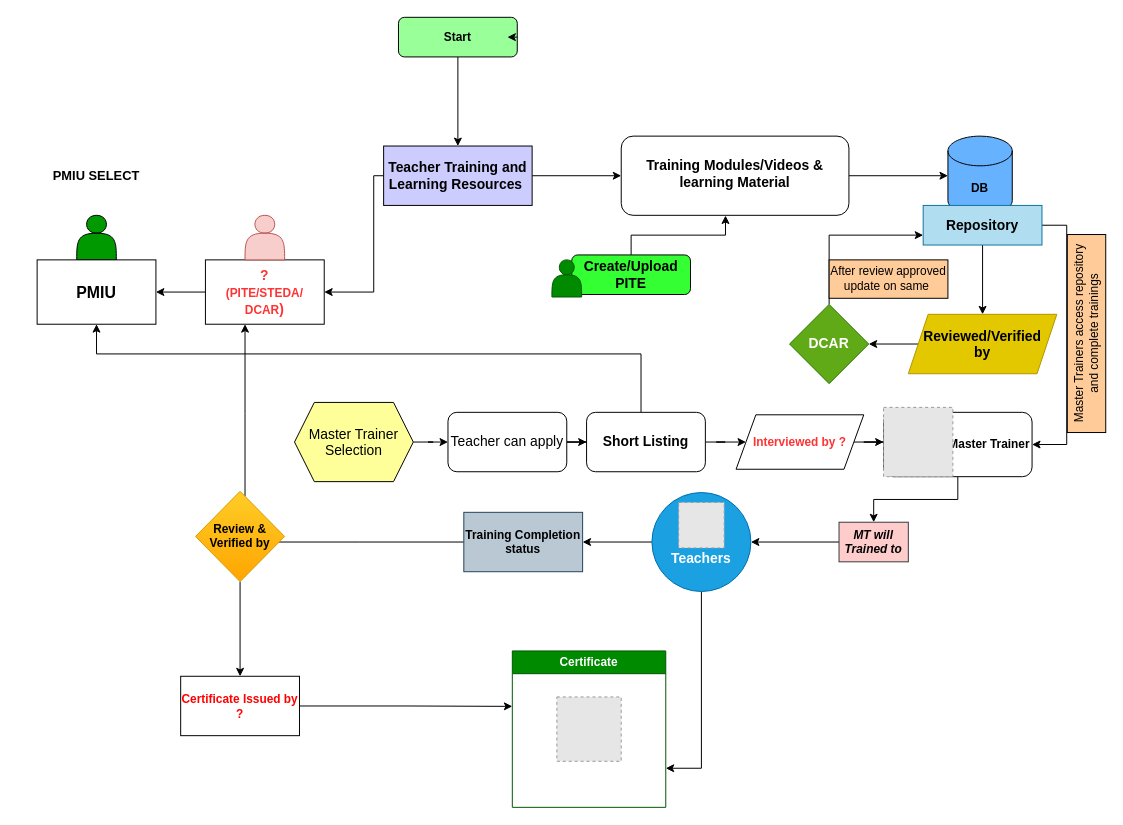
Earlier version of the draw.io diagram teachertraining.drawio (imran-solangin/php-learning). Source tidied: cells renumbered, new cells numbered last; positions are measured from the earlier drawing's top-left corner, leaving out a move shared by most shapes. Both pictures are drawn from the tidied source at 99%, with x=0, y=0 at pixel (17, 17). Pictures stored in the file or linked from it are replaced by grey dashed boxes.
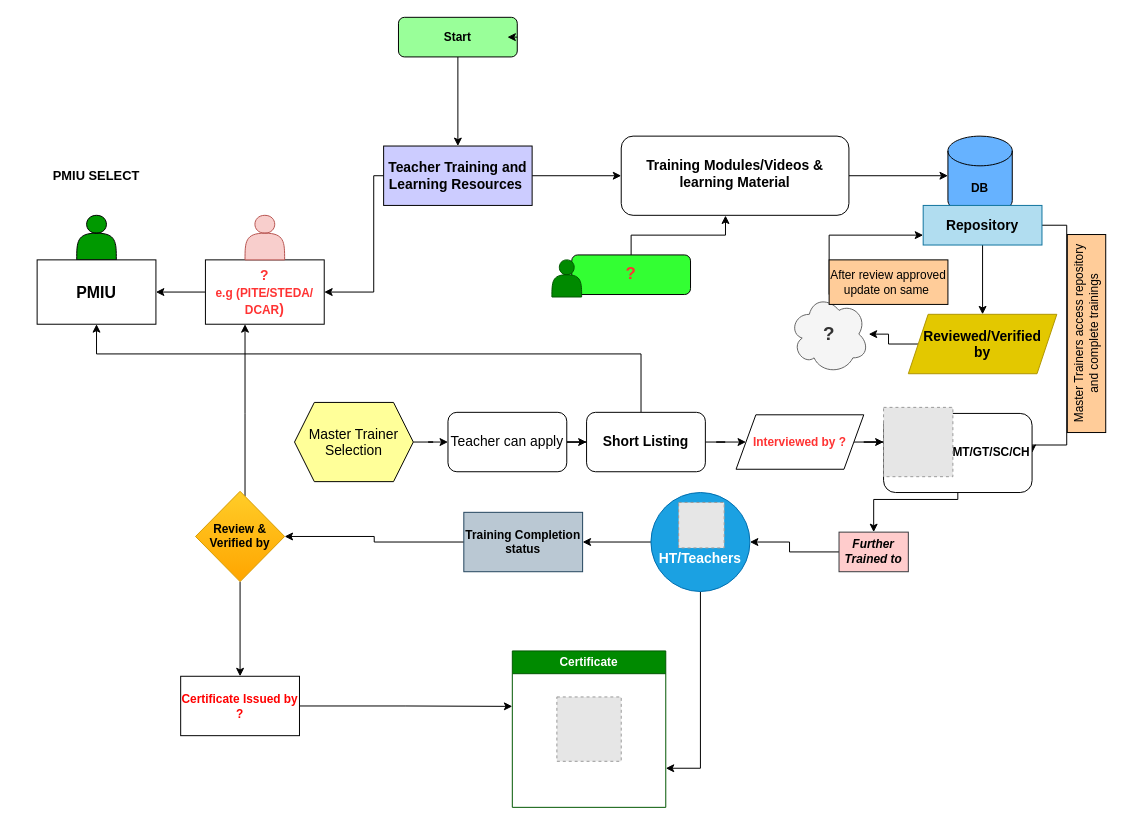
The same diagram, later.

Unchanged cells that the change refers to:
```xml
<mxCell id="49" value="Training Completion status" style="whiteSpace=wrap;html=1;fillColor=#bac8d3;strokeColor=#23445d;fontStyle=1;" parent="1" vertex="1">
  <mxGeometry x="451" y="500" width="120" height="60" as="geometry" />
</mxCell>
<mxCell id="52" value="Review &amp;amp; Verified by" style="rhombus;whiteSpace=wrap;html=1;fontStyle=1;fillColor=#ffcd28;gradientColor=#ffa500;strokeColor=#d79b00;" parent="1" vertex="1">
  <mxGeometry x="180" y="478.8" width="90" height="91.2" as="geometry" />
</mxCell>
```

The edit, as a diff of the source:
```diff
@@
-    <mxCell id="14" value="?&lt;br style=&quot;font-size: 14px;&quot;&gt;&lt;font style=&quot;font-size: 12px;&quot;&gt;(PITE/STEDA/&lt;br style=&quot;&quot;&gt;DCAR&lt;/font&gt;)" style="rounded=0;whiteSpace=wrap;html=1;fontStyle=1;fontSize=14;fontColor=#FF3333;" parent="1" vertex="1">
+    <mxCell id="14" value="?&lt;br style=&quot;font-size: 14px;&quot;&gt;&lt;font style=&quot;font-size: 12px;&quot;&gt;e.g (PITE/STEDA/&lt;br style=&quot;&quot;&gt;DCAR&lt;/font&gt;)" style="rounded=0;whiteSpace=wrap;html=1;fontStyle=1;fontSize=14;fontColor=#FF3333;" parent="1" vertex="1">
       <mxGeometry x="190" y="245" width="120" height="65" as="geometry" />
     </mxCell>
@@
-    <mxCell id="24" value="DCAR" style="rhombus;whiteSpace=wrap;html=1;fillColor=#60a917;fontStyle=1;fontColor=#ffffff;strokeColor=#2D7600;fontSize=14;" parent="1" vertex="1">
-      <mxGeometry x="780" y="290" width="80" height="80" as="geometry" />
+    <mxCell id="24" value="?" style="ellipse;shape=cloud;whiteSpace=wrap;html=1;fontSize=19;fillColor=#f5f5f5;strokeColor=#666666;fontColor=#333333;fontStyle=1;" parent="1" vertex="1">
+      <mxGeometry x="780" y="280" width="80" height="80" as="geometry" />
     </mxCell>
-    <mxCell id="25" style="group;" parent="1" vertex="1">
+    <mxCell id="25" style="group;fontSize=18;fontStyle=1;" parent="1" vertex="1">
       <mxGeometry x="540" y="240" width="140" height="42.5" as="geometry" />
     </mxCell>
-    <mxCell id="26" value="Create/Upload PITE" style="rounded=1;whiteSpace=wrap;html=1;fontStyle=1;fontSize=14;fillColor=#33FF33;" parent="25" vertex="1">
+    <mxCell id="26" value="&lt;font style=&quot;font-size: 17px;&quot; color=&quot;#ff3333&quot;&gt;?&lt;/font&gt;" style="rounded=1;whiteSpace=wrap;html=1;fontStyle=1;fontSize=14;fillColor=#33FF33;" parent="25" vertex="1">
       <mxGeometry x="20" width="120" height="40" as="geometry" />
     </mxCell>
@@
     <mxCell id="30" value="After review approved update on same&amp;nbsp;" style="rounded=0;whiteSpace=wrap;html=1;fillColor=#FFCC99;" parent="1" vertex="1">
-      <mxGeometry x="820" y="245" width="120" height="38.8" as="geometry" />
+      <mxGeometry x="820" y="245" width="120" height="45" as="geometry" />
     </mxCell>
@@
     <mxCell id="38" style="group;" parent="1" vertex="1">
-      <mxGeometry x="875" y="394" width="150" height="70" as="geometry" />
+      <mxGeometry x="875" y="394" width="150" height="86" as="geometry" />
     </mxCell>
-    <mxCell id="39" value="Master Trainer" style="rounded=1;whiteSpace=wrap;html=1;fontStyle=1;align=right;" parent="38" vertex="1">
-      <mxGeometry y="5" width="150" height="65" as="geometry" />
+    <mxCell id="39" value="MT/GT/SC/CH" style="rounded=1;whiteSpace=wrap;html=1;fontStyle=1;align=right;" parent="38" vertex="1">
+      <mxGeometry y="6.1" width="150" height="79.9" as="geometry" />
     </mxCell>
@@
-    <mxCell id="44" value="&lt;br&gt;&lt;br&gt;Teachers" style="ellipse;whiteSpace=wrap;html=1;fillColor=#1ba1e2;strokeColor=#006EAF;fontColor=#ffffff;fontStyle=1;fontSize=14;" parent="1" vertex="1">
-      <mxGeometry x="641" y="480" width="100" height="100" as="geometry" />
+    <mxCell id="44" value="&lt;br&gt;&lt;br&gt;HT/Teachers" style="ellipse;whiteSpace=wrap;html=1;fillColor=#1ba1e2;strokeColor=#006EAF;fontColor=#ffffff;fontStyle=1;fontSize=14;" parent="1" vertex="1">
+      <mxGeometry x="640" y="480" width="100" height="100" as="geometry" />
     </mxCell>
     <mxCell id="45" style="edgeStyle=orthogonalEdgeStyle;rounded=0;jettySize=auto;html=1;" parent="1" edge="1" source="46" target="44">
-      <mxGeometry relative="1" as="geometry" />
+      <mxGeometry relative="1" as="geometry">
+        <Array as="points">
+          <mxPoint x="780" y="540" />
+          <mxPoint x="780" y="530" />
+        </Array>
+      </mxGeometry>
     </mxCell>
-    <mxCell id="46" value="MT will Trained to" style="rounded=0;whiteSpace=wrap;html=1;fillColor=#ffcccc;strokeColor=#36393d;fontStyle=3;" parent="1" vertex="1">
-      <mxGeometry x="830" y="510" width="70" height="40" as="geometry" />
+    <mxCell id="46" value="Further&lt;br&gt;Trained to" style="rounded=0;whiteSpace=wrap;html=1;fillColor=#ffcccc;strokeColor=#36393d;fontStyle=3;" parent="1" vertex="1">
+      <mxGeometry x="830" y="520" width="70" height="40" as="geometry" />
     </mxCell>
     <mxCell id="47" style="edgeStyle=orthogonalEdgeStyle;rounded=0;jettySize=auto;html=1;" parent="1" edge="1" source="39" target="46">
-      <mxGeometry relative="1" as="geometry" />
+      <mxGeometry relative="1" as="geometry">
+        <Array as="points">
+          <mxPoint x="950" y="487" />
+          <mxPoint x="865" y="487" />
+        </Array>
+      </mxGeometry>
     </mxCell>
-    <mxCell id="48" style="edgeStyle=orthogonalEdgeStyle;rounded=0;jettySize=auto;html=1;" parent="1" edge="1" source="49">
-      <mxGeometry relative="1" as="geometry">
-        <mxPoint x="240" y="530" as="targetPoint" />
-      </mxGeometry>
-    </mxCell>
+    <mxCell id="58" style="edgeStyle=orthogonalEdgeStyle;rounded=0;jettySize=auto;html=1;" parent="1" edge="1" source="49" target="52">
+      <mxGeometry relative="1" as="geometry" />
+    </mxCell>
```
